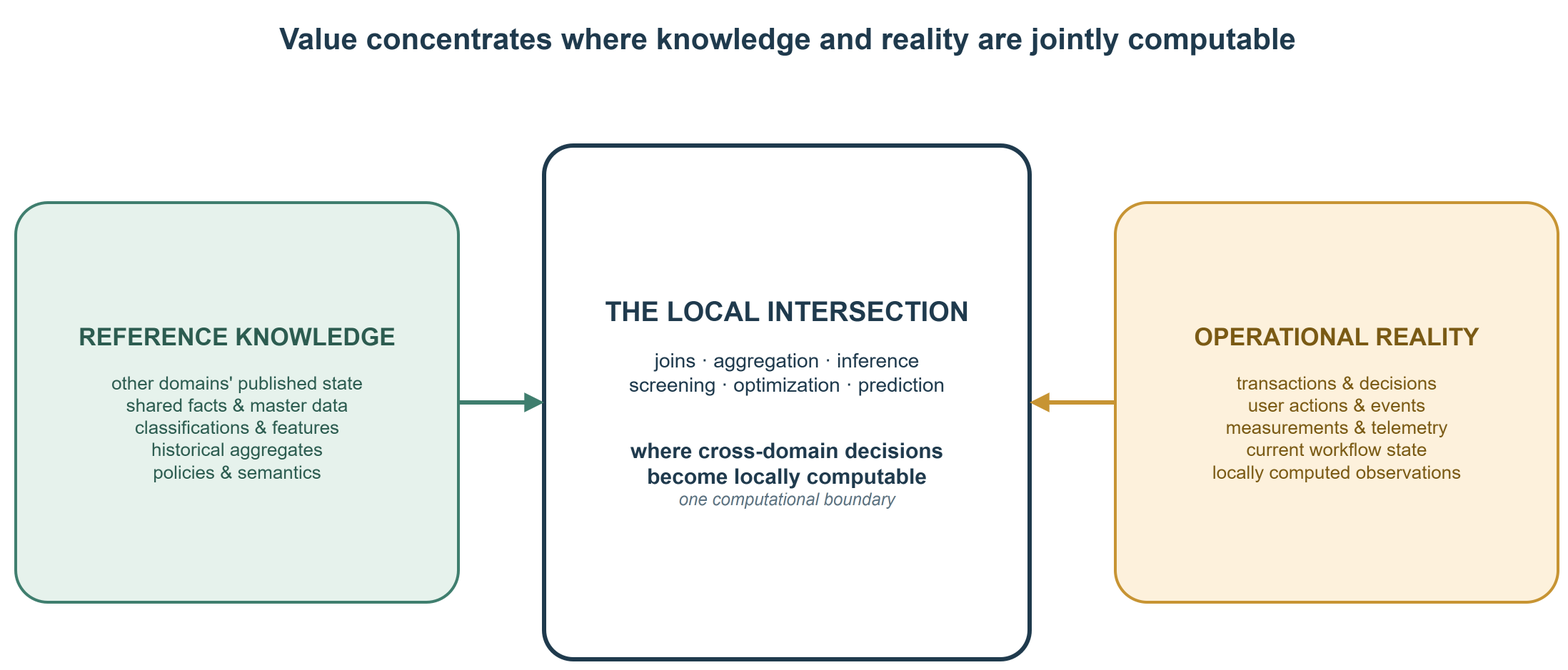
AlexeyEvlampiev/alexeyevlampiev.github.io keeps this draw.io diagram as content/posts/freshness-isnt-the-only-axis/local-intersection.drawio.png. Above is the earlier version. Source tidied: cells renumbered, new cells last; positions are measured from the earlier drawing's top-left corner, leaving out a move shared by most shapes.
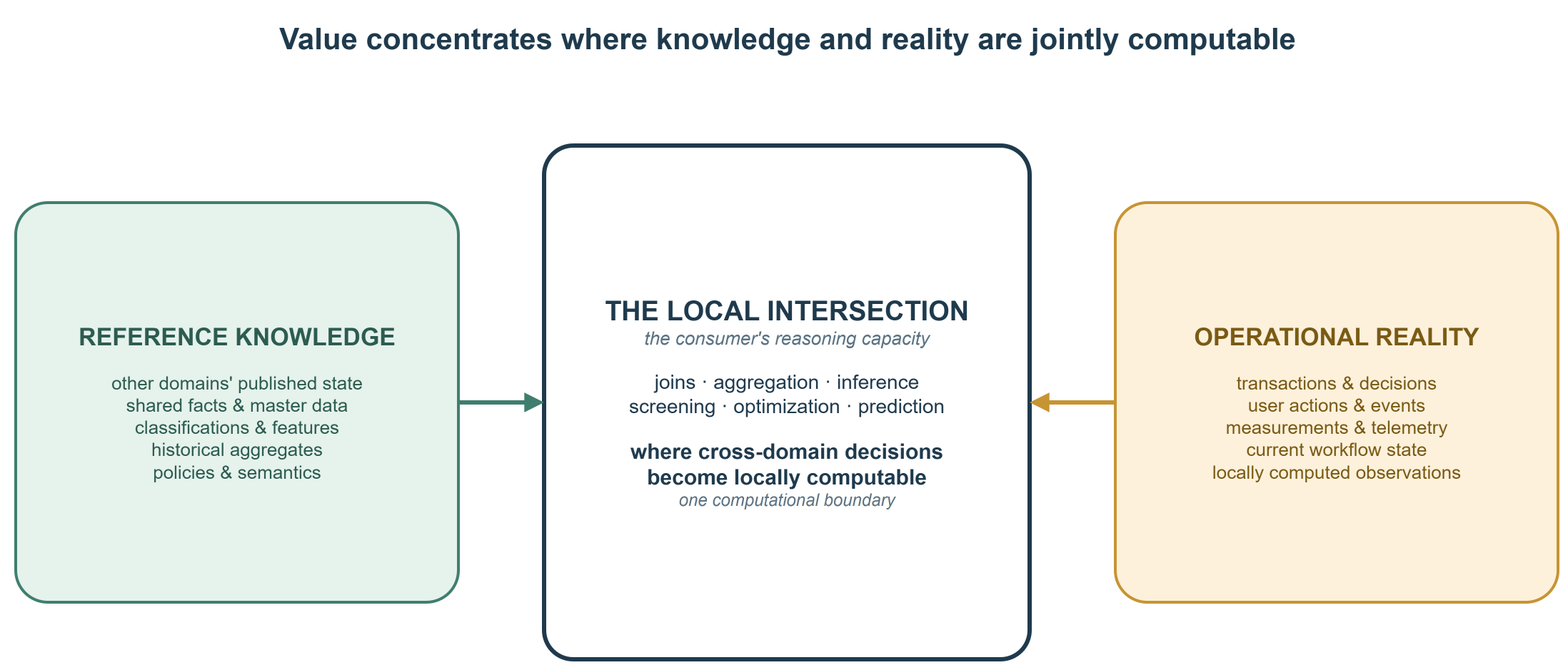
Later version of the same file.

Diff of the diagram source:
```diff
@@ -11,7 +11,7 @@
     <mxCell id="4" value="&lt;font style=&quot;font-size:17px&quot;&gt;&lt;b&gt;OPERATIONAL REALITY&lt;/b&gt;&lt;/font&gt;&lt;br&gt;&lt;br&gt;&lt;font style=&quot;font-size:13px&quot;&gt;transactions &amp;amp; decisions&lt;br&gt;user actions &amp;amp; events&lt;br&gt;measurements &amp;amp; telemetry&lt;br&gt;current workflow state&lt;br&gt;locally computed observations&lt;/font&gt;" style="rounded=1;whiteSpace=wrap;html=1;fillColor=#fdf1dc;strokeColor=#c79433;strokeWidth=2;fontColor=#7a5a14;arcSize=8;verticalAlign=middle;" parent="1" vertex="1">
       <mxGeometry x="770" y="132" width="310" height="280" as="geometry" />
     </mxCell>
-    <mxCell id="5" value="&lt;font style=&quot;font-size:19px&quot;&gt;&lt;b&gt;THE LOCAL INTERSECTION&lt;/b&gt;&lt;/font&gt;&lt;br&gt;&lt;br&gt;&lt;font style=&quot;font-size:14px&quot;&gt;joins &amp;#183; aggregation &amp;#183; inference&lt;br&gt;screening &amp;#183; optimization &amp;#183; prediction&lt;/font&gt;&lt;br&gt;&lt;br&gt;&lt;br&gt;&lt;font style=&quot;font-size:15px&quot; color=&quot;#1f3a4d&quot;&gt;&lt;b&gt;where cross-domain decisions&lt;br&gt;become locally computable&lt;/b&gt;&lt;/font&gt;&lt;br&gt;&lt;font style=&quot;font-size:12px&quot; color=&quot;#5b7282&quot;&gt;&lt;i&gt;one computational boundary&lt;/i&gt;&lt;/font&gt;" style="rounded=1;whiteSpace=wrap;html=1;fillColor=#ffffff;strokeColor=#1f3a4d;strokeWidth=3;fontColor=#1f3a4d;arcSize=6;verticalAlign=middle;" parent="1" vertex="1">
+    <mxCell id="5" value="&lt;font style=&quot;font-size:19px&quot;&gt;&lt;b&gt;THE LOCAL INTERSECTION&lt;/b&gt;&lt;/font&gt;&lt;br&gt;&lt;font style=&quot;font-size:13px&quot; color=&quot;#5b7282&quot;&gt;&lt;i&gt;the consumer&amp;#39;s reasoning capacity&lt;/i&gt;&lt;/font&gt;&lt;br&gt;&lt;br&gt;&lt;font style=&quot;font-size:14px&quot;&gt;joins &amp;#183; aggregation &amp;#183; inference&lt;br&gt;screening &amp;#183; optimization &amp;#183; prediction&lt;/font&gt;&lt;br&gt;&lt;br&gt;&lt;font style=&quot;font-size:15px&quot; color=&quot;#1f3a4d&quot;&gt;&lt;b&gt;where cross-domain decisions&lt;br&gt;become locally computable&lt;/b&gt;&lt;/font&gt;&lt;br&gt;&lt;font style=&quot;font-size:12px&quot; color=&quot;#5b7282&quot;&gt;&lt;i&gt;one computational boundary&lt;/i&gt;&lt;/font&gt;" style="rounded=1;whiteSpace=wrap;html=1;fillColor=#ffffff;strokeColor=#1f3a4d;strokeWidth=3;fontColor=#1f3a4d;arcSize=6;verticalAlign=middle;" parent="1" vertex="1">
       <mxGeometry x="370" y="92" width="340" height="360" as="geometry" />
     </mxCell>
     <mxCell id="6" style="endArrow=block;html=1;strokeColor=#3f7e6e;strokeWidth=3;exitX=1;exitY=0.5;exitDx=0;exitDy=0;entryX=0;entryY=0.5;entryDx=0;entryDy=0;" parent="1" edge="1" source="3" target="5">
```
